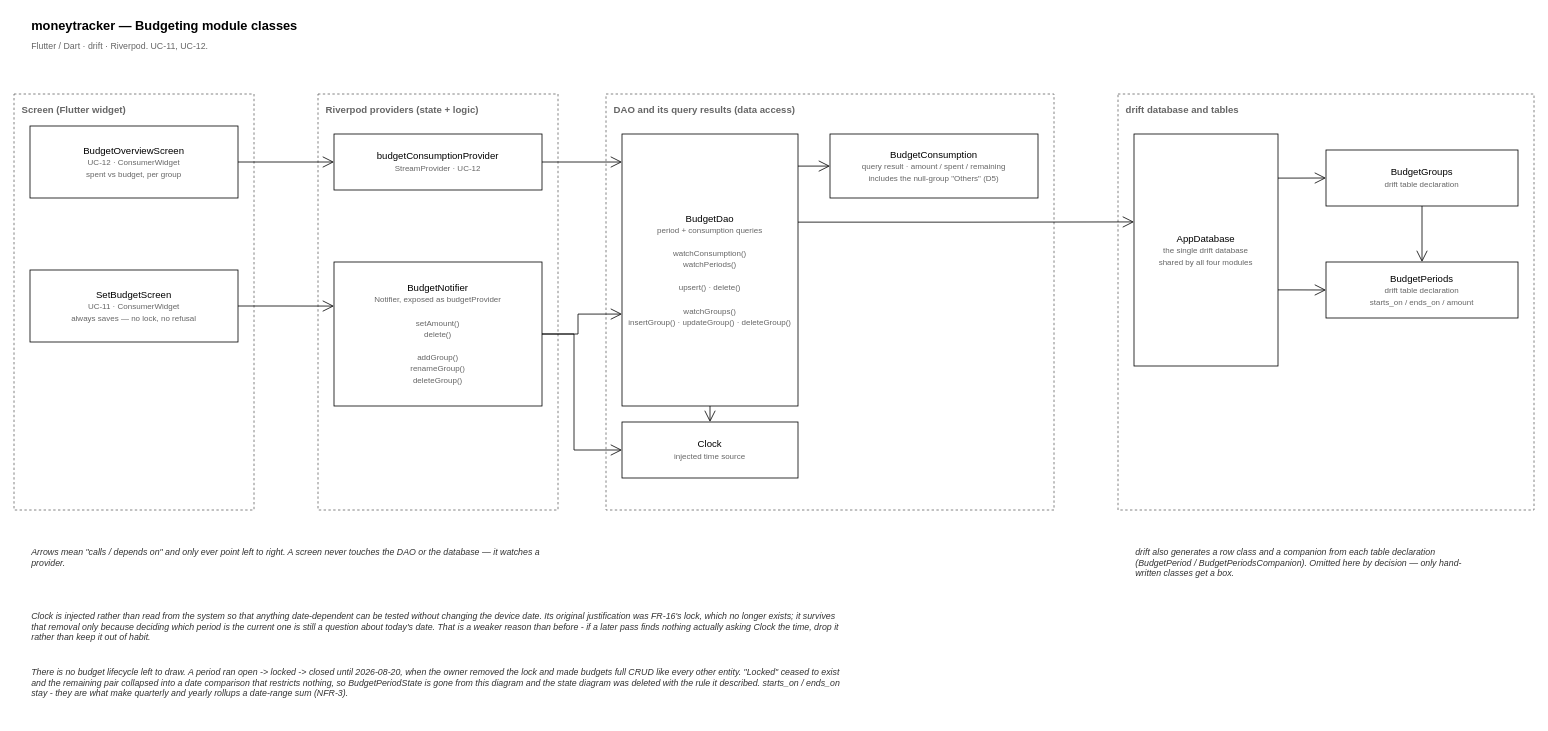
Above: docs/diagrams/class-budgeting.drawio in EldwinPr/uangsaku (draw.io), before the change. Source tidied: cells renumbered, new cells numbered last; positions are measured from the earlier drawing's top-left corner, leaving out a move shared by most shapes. Both pictures are drawn from the tidied source at 80%, with x=0, y=0 at pixel (14, 14).
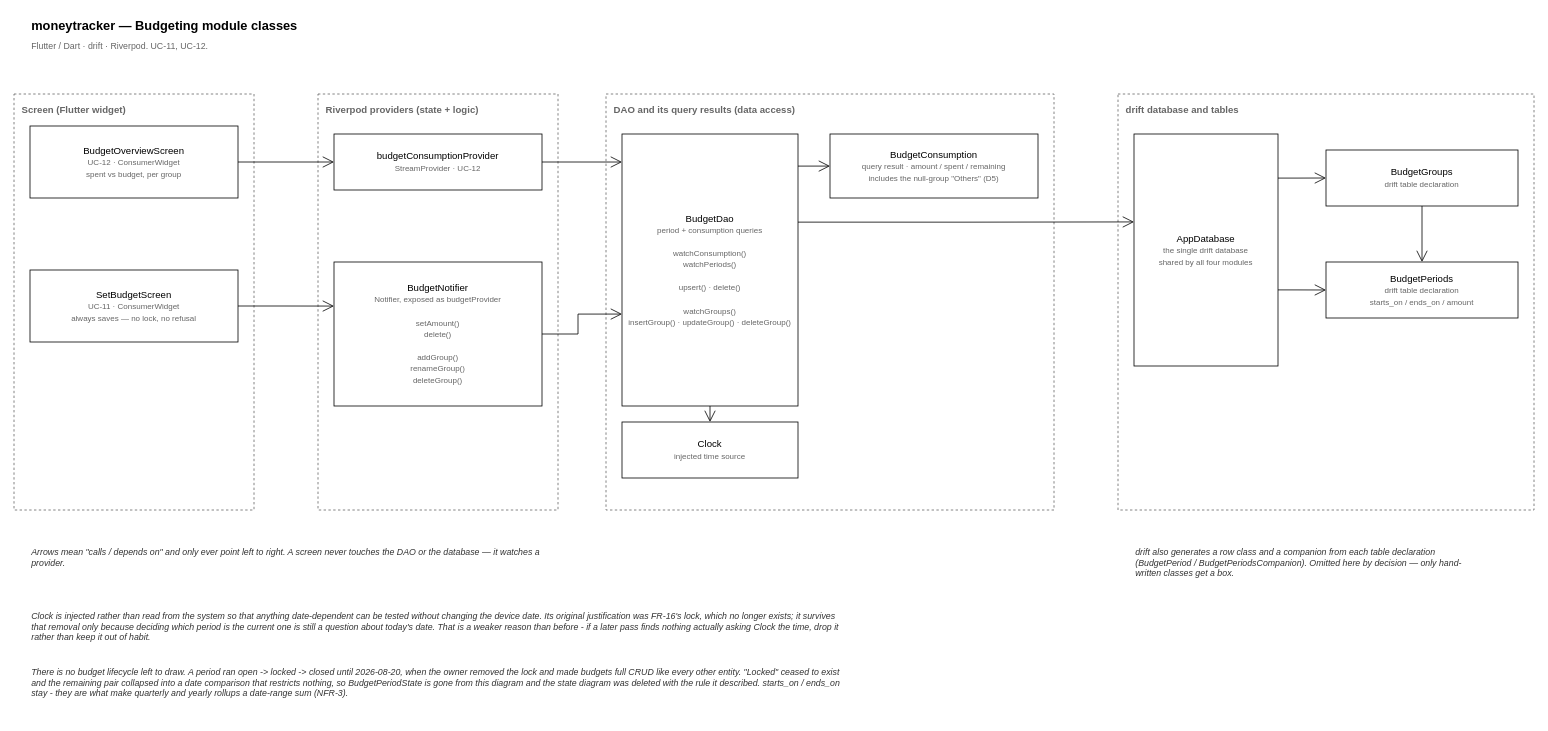
The same diagram, later.

The change refers to these unchanged cells:
```xml
<mxCell id="11" value="BudgetNotifier&lt;br&gt;&lt;font style=&quot;font-size:10px&quot; color=&quot;#666666&quot;&gt;Notifier, exposed as budgetProvider&lt;br&gt;&lt;br&gt;setAmount()&lt;br&gt;delete()&lt;br&gt;&lt;br&gt;addGroup()&lt;br&gt;renameGroup()&lt;br&gt;deleteGroup()&lt;/font&gt;" style="rounded=0;whiteSpace=wrap;html=1;" parent="1" vertex="1">
  <mxGeometry x="400" y="310" width="260" height="180" as="geometry" />
</mxCell>
<mxCell id="13" value="Clock&lt;br&gt;&lt;font style=&quot;font-size:10px&quot; color=&quot;#666666&quot;&gt;injected time source&lt;/font&gt;" style="rounded=0;whiteSpace=wrap;html=1;" parent="1" vertex="1">
  <mxGeometry x="760" y="510" width="220" height="70" as="geometry" />
</mxCell>
```

Diff of the diagram source:
```diff
@@
-    <mxCell id="22" style="edgeStyle=orthogonalEdgeStyle;rounded=0;jettySize=auto;html=1;endArrow=open;endSize=12;exitX=1;exitY=0.5;exitDx=0;exitDy=0;entryX=0;entryY=0.5;entryDx=0;entryDy=0;" parent="1" edge="1" source="11" target="13">
-      <mxGeometry relative="1" as="geometry">
-        <Array as="points">
-          <mxPoint x="700" y="400" />
-          <mxPoint x="700" y="545" />
-        </Array>
-      </mxGeometry>
-    </mxCell>
```
